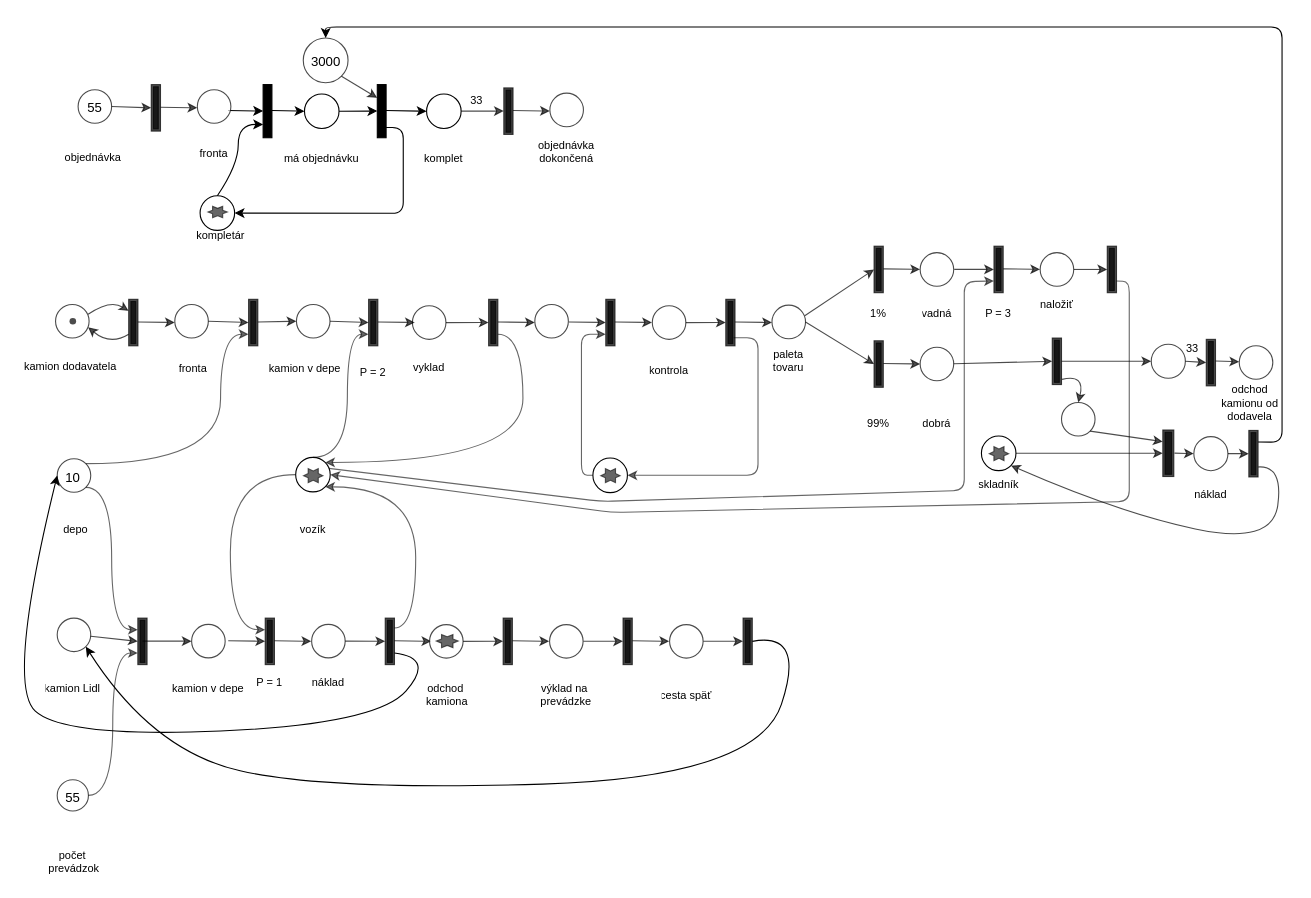
Earlier version of the draw.io diagram IMS.drawio (MatejMistik/VUT_FIT_ITY_Project_5). Source tidied: cells renumbered, new cells numbered last; positions are measured from the earlier drawing's top-left corner, leaving out a move shared by most shapes. Both pictures are drawn from the tidied source at 110%, with x=0, y=0 at pixel (6, 26).
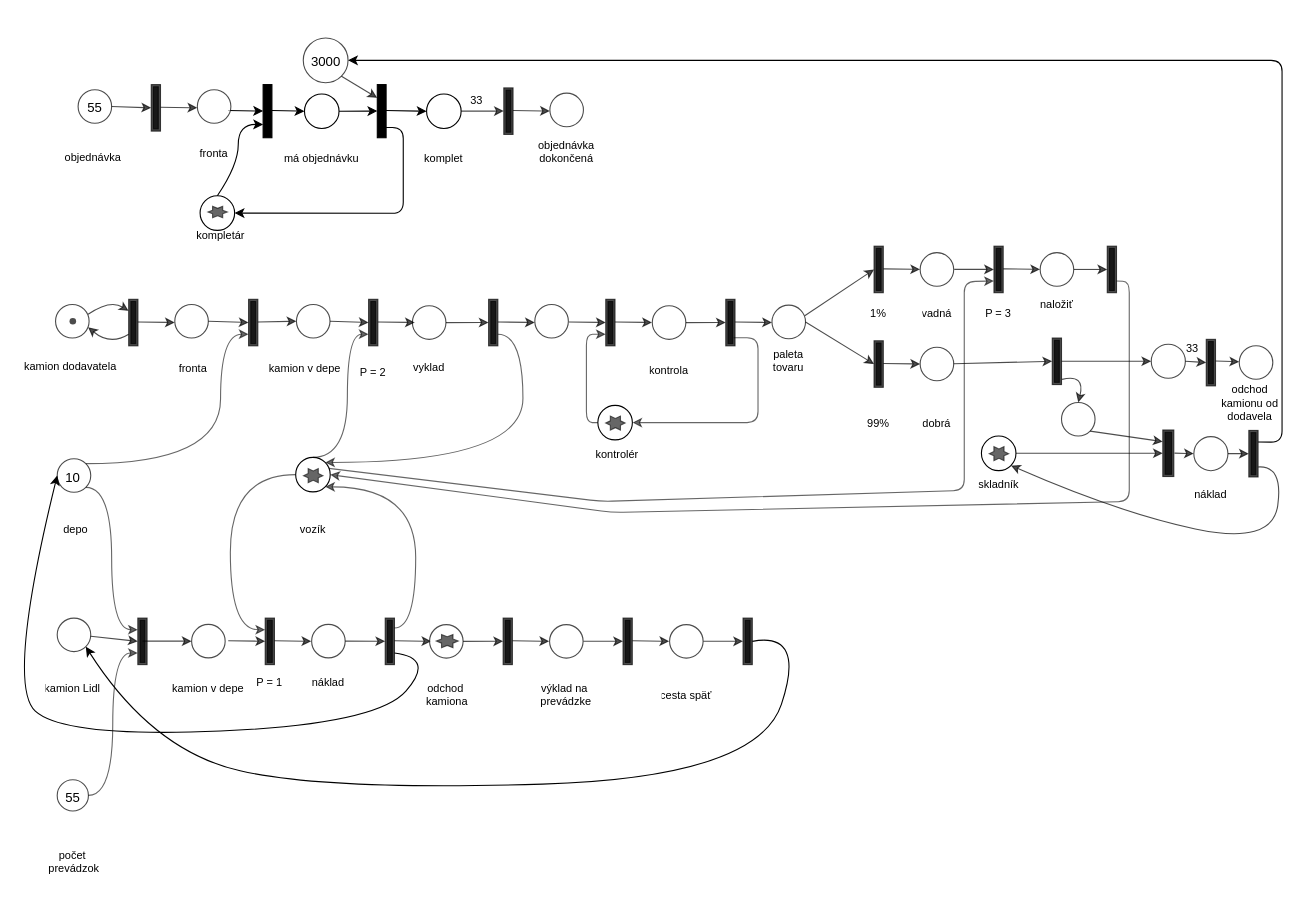
The same page after the edit.

The change refers to these unchanged cells:
```xml
<mxCell id="32" style="shape=ext;double=1;rounded=0;whiteSpace=wrap;html=1;fontSize=36;fillColor=#000000;snapToPoint=0;opacity=70;direction=west;" parent="1" vertex="1">
  <mxGeometry x="545.2" y="247.6" width="8.4" height="42.3" as="geometry" />
</mxCell>
<mxCell id="141" style="shape=ext;double=1;rounded=0;whiteSpace=wrap;html=1;fontSize=36;fillColor=#000000;snapToPoint=0;opacity=70;direction=west;" parent="1" vertex="1">
  <mxGeometry x="1129.8" y="366.8" width="8.4" height="42.3" as="geometry" />
</mxCell>
<mxCell id="164" style="ellipse;whiteSpace=wrap;html=1;fontSize=36;snapToPoint=0;opacity=70;rounded=0;direction=west;" parent="1" vertex="1">
  <mxGeometry x="270.2" y="10" width="40.7" height="40.7" as="geometry" />
</mxCell>
```

Diff of the diagram source:
```diff
@@
     <mxCell id="96" value="&lt;p&gt;&lt;br&gt;&lt;/p&gt;" style="ellipse;whiteSpace=wrap;html=1;align=center;rounded=0;" parent="1" vertex="1">
-      <mxGeometry x="533.5" y="391.9" width="31.4" height="31.4" as="geometry" />
+      <mxGeometry x="538" y="344" width="31.4" height="31.4" as="geometry" />
     </mxCell>
     <mxCell id="97" style="verticalLabelPosition=bottom;verticalAlign=top;html=1;shape=mxgraph.basic.6_point_star;fontSize=10;fillColor=#000000;opacity=60;" parent="1" vertex="1">
-      <mxGeometry x="540.6" y="401.5" width="17.7" height="12.8" as="geometry" />
+      <mxGeometry x="545.1" y="353.7" width="17.7" height="12.8" as="geometry" />
     </mxCell>
     <mxCell id="98" style="edgeStyle=elbowEdgeStyle;elbow=horizontal;endArrow=classic;html=1;fontSize=24;opacity=60;entryX=1;entryY=0.25;entryDx=0;entryDy=0;rounded=1;exitX=0;exitY=0.5;exitDx=0;exitDy=0;" parent="1" edge="1" source="96" target="32">
       <mxGeometry relative="1" as="geometry">
         <Array as="points">
-          <mxPoint x="523.1" y="344.2" />
+          <mxPoint x="527.6" y="296.3" />
         </Array>
       </mxGeometry>
     </mxCell>
-    <mxCell id="99" style="edgeStyle=elbowEdgeStyle;elbow=horizontal;endArrow=classic;html=1;fontSize=24;opacity=60;exitX=0;exitY=0;exitDx=0;exitDy=0;entryX=1;entryY=0.5;entryDx=0;entryDy=0;rounded=1;" parent="1" edge="1" target="96">
+    <mxCell id="99" style="edgeStyle=elbowEdgeStyle;elbow=horizontal;endArrow=classic;html=1;fontSize=24;opacity=60;exitX=0;exitY=0;exitDx=0;exitDy=0;rounded=1;entryX=1;entryY=0.5;entryDx=0;entryDy=0;" parent="1" edge="1" target="96">
       <mxGeometry relative="1" as="geometry">
         <mxPoint x="661.4" y="282.6" as="sourcePoint" />
         <Array as="points">
           <mxPoint x="683.6" y="335.4" />
         </Array>
       </mxGeometry>
     </mxCell>
@@
-    <mxCell id="165" style="edgeStyle=orthogonalEdgeStyle;rounded=1;jettySize=auto;html=1;exitX=0;exitY=0.75;exitDx=0;exitDy=0;entryX=0.5;entryY=1;entryDx=0;entryDy=0;" parent="1" edge="1" source="141" target="164">
+    <mxCell id="165" style="edgeStyle=orthogonalEdgeStyle;rounded=1;jettySize=auto;html=1;exitX=0;exitY=0.75;exitDx=0;exitDy=0;entryX=0;entryY=0.5;entryDx=0;entryDy=0;" parent="1" edge="1" source="141" target="164">
       <mxGeometry relative="1" as="geometry">
         <Array as="points">
           <mxPoint x="1160" y="377" />
-          <mxPoint x="1160" />
-          <mxPoint x="291" />
+          <mxPoint x="1160" y="30" />
         </Array>
       </mxGeometry>
     </mxCell>
@@
+    <mxCell id="168" value="kontrolér" style="text;strokeColor=none;fillColor=none;align=center;verticalAlign=middle;spacingLeft=4;spacingRight=4;overflow=hidden;fontSize=10;opacity=70;rounded=0;direction=west;" parent="1" vertex="1">
+      <mxGeometry x="531.5" y="372.4" width="48.5" height="31.7" as="geometry" />
+    </mxCell>
```
